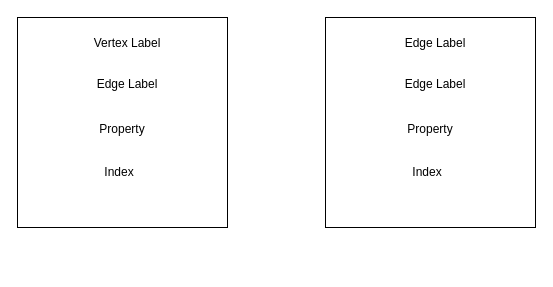
Earlier version of the draw.io diagram assets/jan.drawio (ganisback/draw.io). Source tidied: cells renumbered, new cells numbered last; positions are measured from the earlier drawing's top-left corner, leaving out a move shared by most shapes. Both pictures are drawn from the tidied source at 100%, with x=0, y=0 at pixel (17, 17).
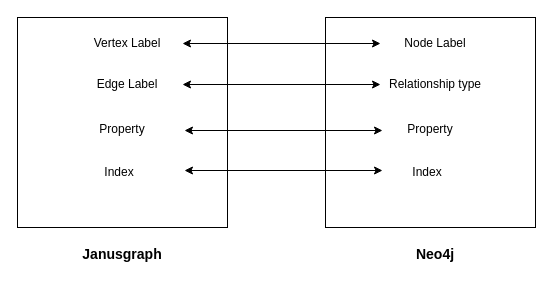
After the change.

Change to the diagram source:
```diff
@@
 <mxGraphModel>
   <root>
     <mxCell id="0" />
     <mxCell id="1" parent="0" />
     <mxCell id="2" style="whiteSpace=wrap;html=1;" parent="1" vertex="1">
       <mxGeometry width="210" height="210" as="geometry" />
     </mxCell>
     <mxCell id="3" value="Edge Label" style="text;html=1;strokeColor=none;fillColor=none;align=center;verticalAlign=middle;whiteSpace=wrap;rounded=0;" parent="1" vertex="1">
       <mxGeometry x="55" y="52" width="110" height="30" as="geometry" />
     </mxCell>
     <mxCell id="4" value="Property" style="text;html=1;strokeColor=none;fillColor=none;align=center;verticalAlign=middle;whiteSpace=wrap;rounded=0;" parent="1" vertex="1">
       <mxGeometry x="75" y="97" width="60" height="30" as="geometry" />
     </mxCell>
     <mxCell id="5" value="Index" style="text;html=1;strokeColor=none;fillColor=none;align=center;verticalAlign=middle;whiteSpace=wrap;rounded=0;" parent="1" vertex="1">
       <mxGeometry x="72" y="140" width="60" height="30" as="geometry" />
     </mxCell>
     <mxCell id="6" value="Vertex Label" style="text;html=1;strokeColor=none;fillColor=none;align=center;verticalAlign=middle;whiteSpace=wrap;rounded=0;" parent="1" vertex="1">
       <mxGeometry x="55" y="11" width="110" height="30" as="geometry" />
     </mxCell>
     <mxCell id="7" style="whiteSpace=wrap;html=1;" parent="1" vertex="1">
       <mxGeometry x="308" width="210" height="210" as="geometry" />
     </mxCell>
-    <mxCell id="8" value="Edge Label" style="text;html=1;strokeColor=none;fillColor=none;align=center;verticalAlign=middle;whiteSpace=wrap;rounded=0;" parent="1" vertex="1">
+    <mxCell id="8" value="Relationship type" style="text;html=1;strokeColor=none;fillColor=none;align=center;verticalAlign=middle;whiteSpace=wrap;rounded=0;" parent="1" vertex="1">
       <mxGeometry x="363" y="52" width="110" height="30" as="geometry" />
     </mxCell>
     <mxCell id="9" value="Property" style="text;html=1;strokeColor=none;fillColor=none;align=center;verticalAlign=middle;whiteSpace=wrap;rounded=0;" parent="1" vertex="1">
       <mxGeometry x="383" y="97" width="60" height="30" as="geometry" />
     </mxCell>
     <mxCell id="10" value="Index" style="text;html=1;strokeColor=none;fillColor=none;align=center;verticalAlign=middle;whiteSpace=wrap;rounded=0;" parent="1" vertex="1">
       <mxGeometry x="380" y="140" width="60" height="30" as="geometry" />
     </mxCell>
-    <mxCell id="11" value="Edge Label" style="text;html=1;strokeColor=none;fillColor=none;align=center;verticalAlign=middle;whiteSpace=wrap;rounded=0;" parent="1" vertex="1">
+    <mxCell id="11" value="Node Label" style="text;html=1;strokeColor=none;fillColor=none;align=center;verticalAlign=middle;whiteSpace=wrap;rounded=0;" parent="1" vertex="1">
       <mxGeometry x="363" y="11" width="110" height="30" as="geometry" />
     </mxCell>
+    <mxCell id="12" value="&lt;b&gt;&lt;font style=&quot;font-size: 14px;&quot;&gt;Janusgraph&lt;/font&gt;&lt;/b&gt;" style="text;html=1;strokeColor=none;fillColor=none;align=center;verticalAlign=middle;whiteSpace=wrap;rounded=0;" parent="1" vertex="1">
+      <mxGeometry x="75" y="222" width="60" height="30" as="geometry" />
+    </mxCell>
+    <mxCell id="13" value="&lt;font style=&quot;font-size: 14px;&quot;&gt;&lt;b&gt;Neo4j&lt;/b&gt;&lt;/font&gt;" style="text;html=1;strokeColor=none;fillColor=none;align=center;verticalAlign=middle;whiteSpace=wrap;rounded=0;" parent="1" vertex="1">
+      <mxGeometry x="388" y="222" width="60" height="30" as="geometry" />
+    </mxCell>
+    <mxCell id="14" style="endArrow=classic;startArrow=classic;html=1;rounded=0;exitX=1;exitY=0.5;exitDx=0;exitDy=0;entryX=0;entryY=0.5;entryDx=0;entryDy=0;" parent="1" edge="1" source="6" target="11">
+      <mxGeometry relative="1" as="geometry" />
+    </mxCell>
+    <mxCell id="15" style="endArrow=classic;startArrow=classic;html=1;rounded=0;exitX=1;exitY=0.5;exitDx=0;exitDy=0;entryX=0;entryY=0.5;entryDx=0;entryDy=0;" parent="1" edge="1" source="3" target="8">
+      <mxGeometry relative="1" as="geometry" />
+    </mxCell>
+    <mxCell id="16" style="endArrow=classic;startArrow=classic;html=1;rounded=0;exitX=1;exitY=0.5;exitDx=0;exitDy=0;entryX=0;entryY=0.5;entryDx=0;entryDy=0;" parent="1" edge="1">
+      <mxGeometry relative="1" as="geometry">
+        <mxPoint x="167" y="113" as="sourcePoint" />
+        <mxPoint x="365" y="113" as="targetPoint" />
+      </mxGeometry>
+    </mxCell>
+    <mxCell id="17" style="endArrow=classic;startArrow=classic;html=1;rounded=0;exitX=1;exitY=0.5;exitDx=0;exitDy=0;entryX=0;entryY=0.5;entryDx=0;entryDy=0;" parent="1" edge="1">
+      <mxGeometry relative="1" as="geometry">
+        <mxPoint x="167" y="153" as="sourcePoint" />
+        <mxPoint x="365" y="153" as="targetPoint" />
+      </mxGeometry>
+    </mxCell>
   </root>
 </mxGraphModel>
```
